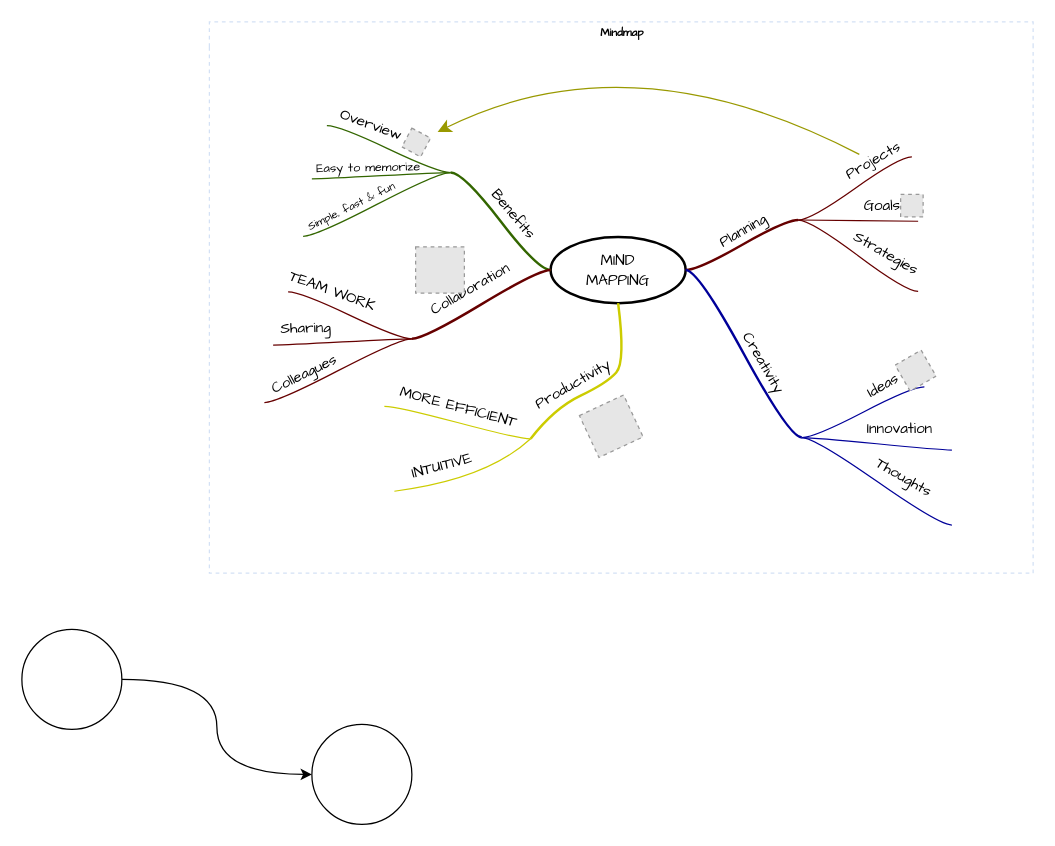
Earlier version of the draw.io diagram Untitled Diagram.drawio (guoheidanqq/drawio). Source tidied: cells renumbered, new cells numbered last; positions are measured from the earlier drawing's top-left corner, leaving out a move shared by most shapes. Both pictures are drawn from the tidied source at 125%, with x=0, y=0 at pixel (21, 21). Pictures stored in the file or linked from it are replaced by grey dashed boxes.
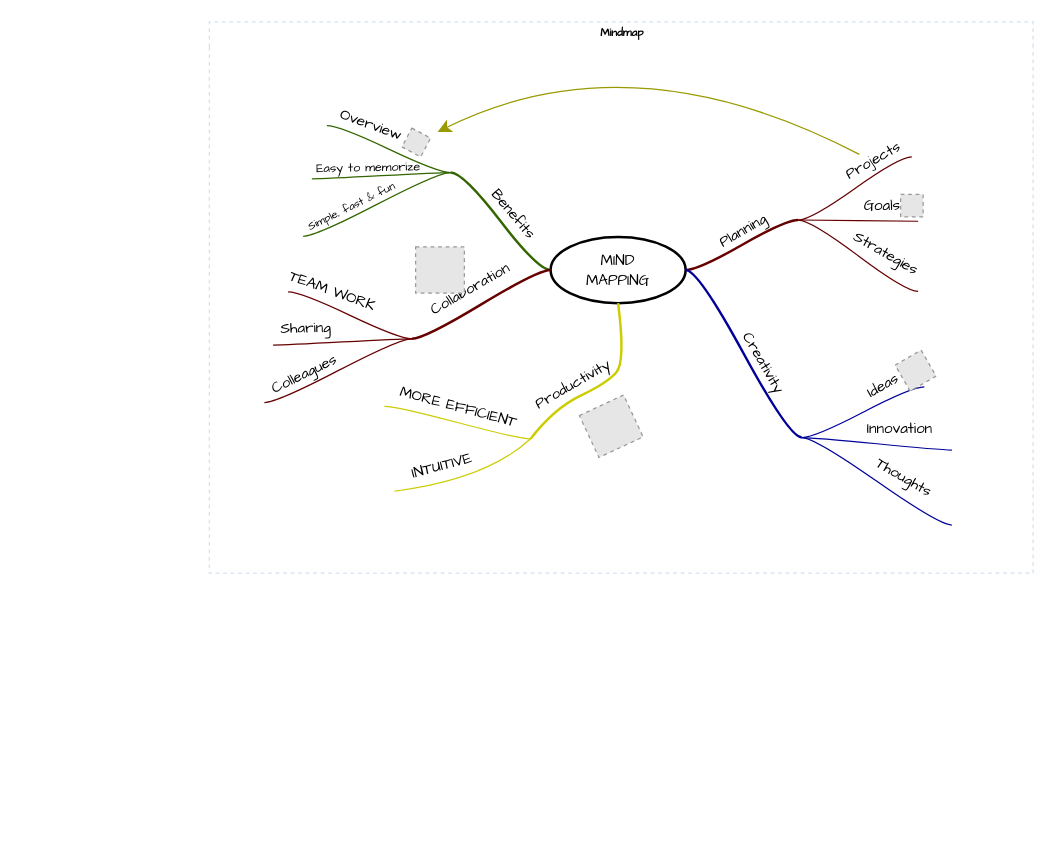
The same diagram, later.

Change to the diagram source:
```diff
@@
-    <mxCell id="72" style="edgeStyle=orthogonalEdgeStyle;rounded=0;jettySize=auto;html=1;exitX=1;exitY=0.5;exitDx=0;exitDy=0;entryX=0;entryY=0.5;entryDx=0;entryDy=0;curved=1;" parent="1" edge="1" source="73" target="74">
-      <mxGeometry relative="1" as="geometry" />
-    </mxCell>
-    <mxCell id="73" style="ellipse;whiteSpace=wrap;html=1;" parent="1" vertex="1">
-      <mxGeometry y="486" width="80" height="80" as="geometry" />
-    </mxCell>
-    <mxCell id="74" style="ellipse;whiteSpace=wrap;html=1;" parent="1" vertex="1">
-      <mxGeometry x="232" y="562" width="80" height="80" as="geometry" />
-    </mxCell>
```
